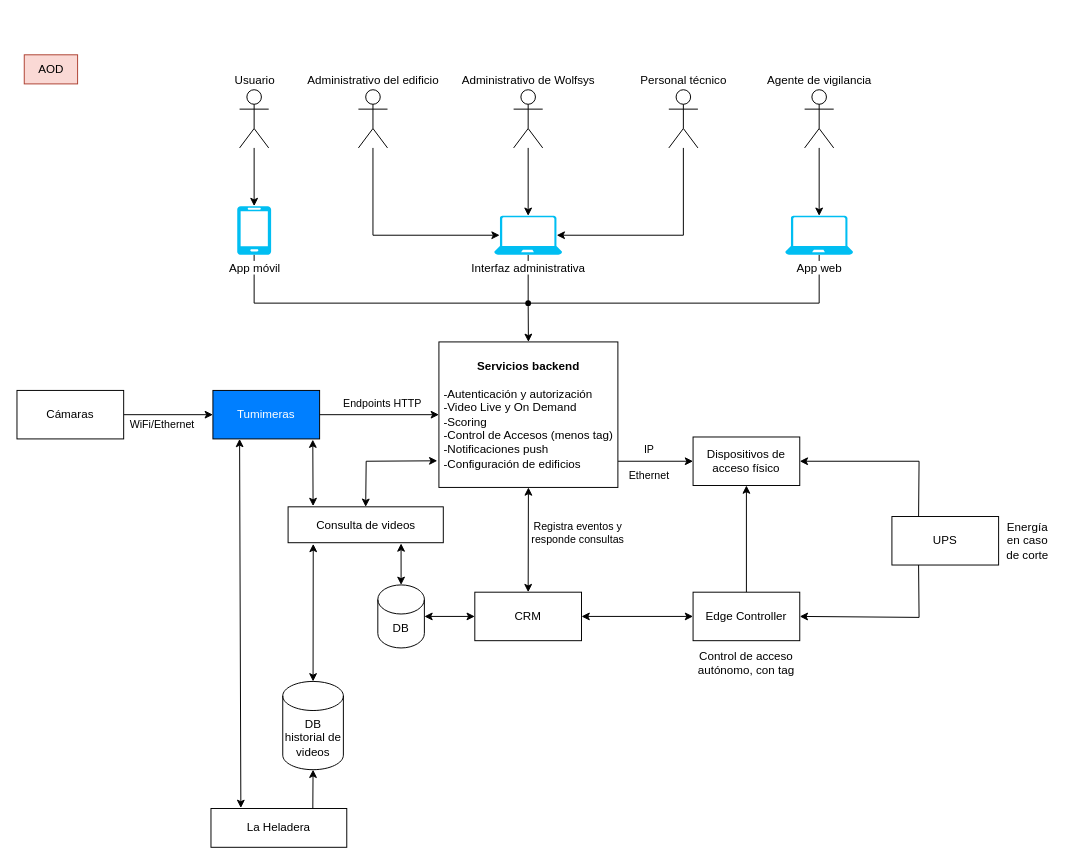
This is Documentación de la arquitectura/Diagramas/Editables-drawio/AOD1.drawio from LIMoreno04/Caso-de-estudio---WolfSys---Arquitectura, a draw.io file, before an edit. Source tidied: cells renumbered, new cells numbered last; positions are measured from the earlier drawing's top-left corner, leaving out a move shared by most shapes. Both pictures are drawn from the tidied source at 97%, with x=0, y=0 at pixel (16, 54).
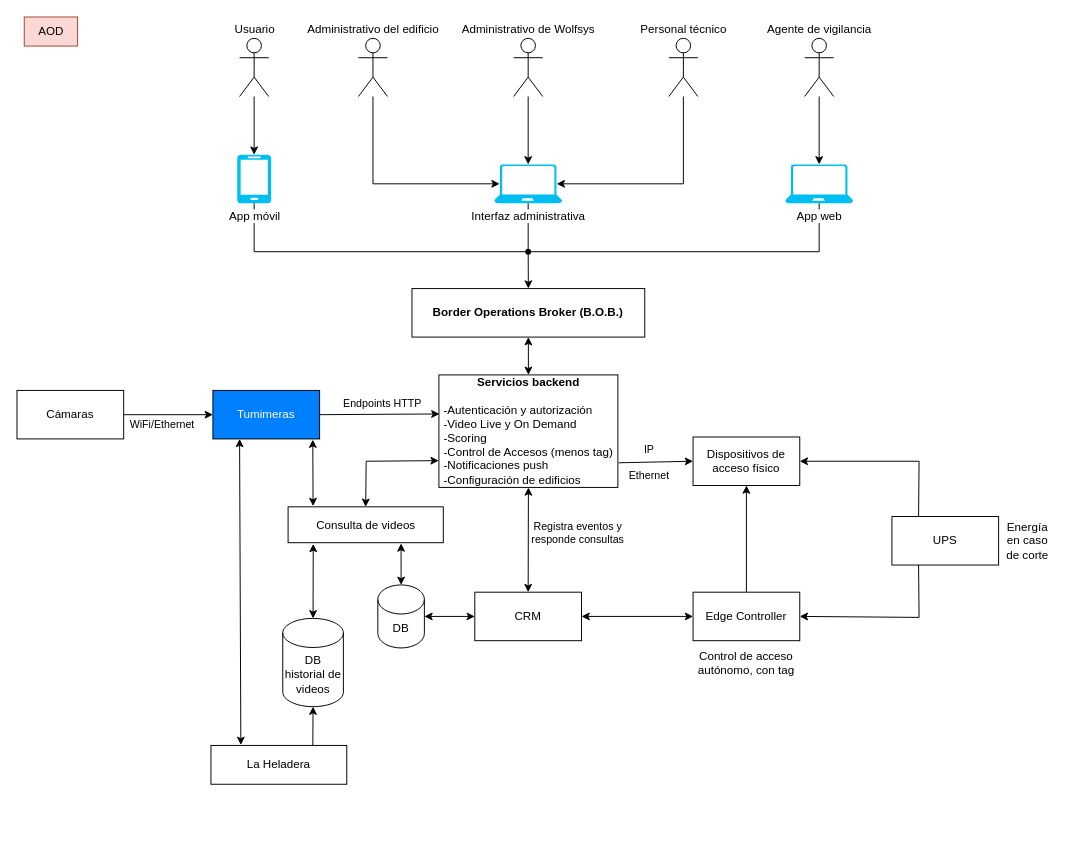
The same diagram, later.

The change refers to these unchanged cells:
```xml
<mxCell id="23" value="Tumimeras" style="html=1;whiteSpace=wrap;labelBackgroundColor=none;fontColor=light-dark(#ffffff, #ededed);fillColor=#007FFF;" parent="1" vertex="1">
  <mxGeometry x="202" y="346" width="110" height="50" as="geometry" />
</mxCell>
<mxCell id="26" value="Dispositivos de acceso físico" style="html=1;whiteSpace=wrap;" parent="1" vertex="1">
  <mxGeometry x="697" y="394" width="110" height="50" as="geometry" />
</mxCell>
<mxCell id="38" value="Consulta de videos" style="html=1;whiteSpace=wrap;" parent="1" vertex="1">
  <mxGeometry x="279.5" y="466" width="160" height="37" as="geometry" />
</mxCell>
```

Change to the diagram source:
```diff
@@
     <mxCell id="2" value="Usuario" style="shape=umlActor;verticalLabelPosition=top;verticalAlign=bottom;html=1;align=center;labelPosition=center;" parent="1" vertex="1">
-      <mxGeometry x="229.5" y="36" width="30" height="60" as="geometry" />
+      <mxGeometry x="229.5" y="-17" width="30" height="60" as="geometry" />
     </mxCell>
     <mxCell id="3" value="Administrativo del edificio" style="shape=umlActor;verticalLabelPosition=top;verticalAlign=bottom;html=1;labelPosition=center;align=center;" parent="1" vertex="1">
-      <mxGeometry x="352" y="36" width="30" height="60" as="geometry" />
+      <mxGeometry x="352" y="-17" width="30" height="60" as="geometry" />
     </mxCell>
@@
     <mxCell id="5" value="Agente de vigilancia" style="shape=umlActor;verticalLabelPosition=top;verticalAlign=bottom;html=1;labelPosition=center;align=center;" parent="1" vertex="1">
-      <mxGeometry x="812" y="36" width="30" height="60" as="geometry" />
+      <mxGeometry x="812" y="-17" width="30" height="60" as="geometry" />
     </mxCell>
     <mxCell id="6" value="Personal técnico" style="shape=umlActor;verticalLabelPosition=top;verticalAlign=bottom;html=1;labelPosition=center;align=center;" parent="1" vertex="1">
-      <mxGeometry x="672" y="36" width="30" height="60" as="geometry" />
+      <mxGeometry x="672" y="-17" width="30" height="60" as="geometry" />
     </mxCell>
     <mxCell id="7" value="Administrativo de Wolfsys" style="shape=umlActor;verticalLabelPosition=top;verticalAlign=bottom;html=1;labelPosition=center;align=center;" parent="1" vertex="1">
-      <mxGeometry x="512" y="36" width="30" height="60" as="geometry" />
+      <mxGeometry x="512" y="-17" width="30" height="60" as="geometry" />
     </mxCell>
     <mxCell id="8" style="edgeStyle=orthogonalEdgeStyle;rounded=0;jettySize=auto;html=1;entryX=0.397;entryY=0.553;entryDx=0;entryDy=0;entryPerimeter=0;endArrow=none;startFill=0;" parent="1" edge="1" source="9" target="45">
       <mxGeometry relative="1" as="geometry">
         <Array as="points">
-          <mxPoint x="245" y="256" />
+          <mxPoint x="245" y="203" />
         </Array>
       </mxGeometry>
     </mxCell>
     <mxCell id="9" value="App móvil" style="verticalLabelPosition=bottom;html=1;verticalAlign=top;align=center;strokeColor=none;fillColor=#00BEF2;shape=mxgraph.azure.mobile;labelBackgroundColor=default;" parent="1" vertex="1">
-      <mxGeometry x="227" y="156" width="35" height="50" as="geometry" />
+      <mxGeometry x="227" y="103" width="35" height="50" as="geometry" />
     </mxCell>
@@
     <mxCell id="11" value="Interfaz administrativa" style="verticalLabelPosition=bottom;html=1;verticalAlign=top;align=center;strokeColor=none;fillColor=#00BEF2;shape=mxgraph.azure.laptop;labelBackgroundColor=default;" parent="1" vertex="1">
-      <mxGeometry x="492" y="166" width="70" height="40" as="geometry" />
+      <mxGeometry x="492" y="113" width="70" height="40" as="geometry" />
     </mxCell>
     <mxCell id="12" style="edgeStyle=orthogonalEdgeStyle;rounded=0;jettySize=auto;html=1;entryX=0.61;entryY=0.567;entryDx=0;entryDy=0;entryPerimeter=0;endArrow=none;startFill=0;" parent="1" edge="1" source="13" target="45">
       <mxGeometry relative="1" as="geometry">
         <Array as="points">
-          <mxPoint x="827" y="256" />
+          <mxPoint x="827" y="203" />
         </Array>
       </mxGeometry>
     </mxCell>
     <mxCell id="13" value="App web" style="verticalLabelPosition=bottom;html=1;verticalAlign=top;align=center;strokeColor=none;fillColor=#00BEF2;shape=mxgraph.azure.laptop;labelBackgroundColor=default;" parent="1" vertex="1">
-      <mxGeometry x="792" y="166" width="70" height="40" as="geometry" />
+      <mxGeometry x="792" y="113" width="70" height="40" as="geometry" />
     </mxCell>
@@
     <mxCell id="16" style="rounded=0;jettySize=auto;html=1;entryX=0.92;entryY=0.5;entryDx=0;entryDy=0;entryPerimeter=0;" parent="1" edge="1" source="6" target="11">
       <mxGeometry relative="1" as="geometry">
         <Array as="points">
-          <mxPoint x="687" y="186" />
+          <mxPoint x="687" y="133" />
         </Array>
       </mxGeometry>
     </mxCell>
     <mxCell id="17" style="rounded=0;jettySize=auto;html=1;entryX=0.08;entryY=0.5;entryDx=0;entryDy=0;entryPerimeter=0;" parent="1" edge="1" source="3" target="11">
       <mxGeometry relative="1" as="geometry">
         <Array as="points">
-          <mxPoint x="367" y="186" />
+          <mxPoint x="367" y="133" />
         </Array>
       </mxGeometry>
     </mxCell>
@@
     <mxCell id="19" value="&lt;b&gt;Servicios backend&lt;/b&gt;&lt;div&gt;&lt;b&gt;&lt;br&gt;&lt;/b&gt;&lt;div style=&quot;text-align: left;&quot;&gt;-Autenticación y autorización&lt;/div&gt;&lt;div style=&quot;text-align: left;&quot;&gt;-&lt;span style=&quot;background-color: transparent; color: light-dark(rgb(0, 0, 0), rgb(255, 255, 255));&quot;&gt;Video Live y On Demand&lt;/span&gt;&lt;span style=&quot;background-color: transparent; color: light-dark(rgb(0, 0, 0), rgb(255, 255, 255));&quot;&gt;&amp;nbsp;&lt;/span&gt;&lt;/div&gt;&lt;div style=&quot;text-align: left;&quot;&gt;&lt;span style=&quot;background-color: transparent; color: light-dark(rgb(0, 0, 0), rgb(255, 255, 255));&quot;&gt;-Scoring&lt;/span&gt;&lt;/div&gt;&lt;div style=&quot;text-align: left;&quot;&gt;&lt;span style=&quot;background-color: transparent; color: light-dark(rgb(0, 0, 0), rgb(255, 255, 255));&quot;&gt;-Control de Accesos (menos tag)&lt;/span&gt;&lt;/div&gt;&lt;div style=&quot;text-align: left;&quot;&gt;&lt;span style=&quot;background-color: transparent; color: light-dark(rgb(0, 0, 0), rgb(255, 255, 255));&quot;&gt;-Notificaciones&lt;/span&gt;&lt;span style=&quot;background-color: transparent; color: light-dark(rgb(0, 0, 0), rgb(255, 255, 255));&quot;&gt;&amp;nbsp;push&lt;/span&gt;&lt;/div&gt;&lt;div style=&quot;text-align: left;&quot;&gt;&lt;span style=&quot;background-color: transparent; color: light-dark(rgb(0, 0, 0), rgb(255, 255, 255));&quot;&gt;-Configuración&lt;/span&gt;&lt;span style=&quot;background-color: transparent; color: light-dark(rgb(0, 0, 0), rgb(255, 255, 255));&quot; class=&quot;Apple-converted-space&quot;&gt;&amp;nbsp;de edificios&lt;/span&gt;&lt;/div&gt;&lt;/div&gt;" style="html=1;whiteSpace=wrap;" parent="1" vertex="1">
-      <mxGeometry x="435" y="296" width="184.5" height="150" as="geometry" />
+      <mxGeometry x="435" y="330" width="184.5" height="116" as="geometry" />
     </mxCell>
@@
-    <mxCell id="22" style="rounded=0;jettySize=auto;html=1;exitX=1;exitY=0.5;exitDx=0;exitDy=0;entryX=0;entryY=0.5;entryDx=0;entryDy=0;" parent="1" edge="1" source="23" target="19">
+    <mxCell id="22" style="rounded=0;jettySize=auto;html=1;exitX=1;exitY=0.5;exitDx=0;exitDy=0;entryX=0.003;entryY=0.347;entryDx=0;entryDy=0;entryPerimeter=0;" parent="1" edge="1" source="23" target="19">
       <mxGeometry relative="1" as="geometry" />
     </mxCell>
@@
     <mxCell id="34" value="AOD" style="rounded=0;whiteSpace=wrap;html=1;fillColor=#fad9d5;strokeColor=#ae4132;" parent="1" vertex="1">
-      <mxGeometry x="7.5" width="55" height="30" as="geometry" />
+      <mxGeometry x="7.5" y="-39" width="55" height="30" as="geometry" />
     </mxCell>
-    <mxCell id="35" style="endArrow=classic;html=1;rounded=0;exitX=1.001;exitY=0.82;exitDx=0;exitDy=0;exitPerimeter=0;entryX=0;entryY=0.5;entryDx=0;entryDy=0;" parent="1" edge="1" source="19" target="26">
+    <mxCell id="35" style="endArrow=classic;html=1;rounded=0;exitX=1.005;exitY=0.781;exitDx=0;exitDy=0;exitPerimeter=0;entryX=0;entryY=0.5;entryDx=0;entryDy=0;" parent="1" edge="1" source="19" target="26">
       <mxGeometry relative="1" as="geometry" />
     </mxCell>
@@
-    <mxCell id="37" style="endArrow=classic;html=1;rounded=0;entryX=-0.009;entryY=0.817;entryDx=0;entryDy=0;entryPerimeter=0;exitX=0.5;exitY=0;exitDx=0;exitDy=0;startArrow=classic;startFill=1;" parent="1" edge="1" source="38" target="19">
+    <mxCell id="37" style="endArrow=classic;html=1;rounded=0;entryX=-0.001;entryY=0.762;entryDx=0;entryDy=0;exitX=0.5;exitY=0;exitDx=0;exitDy=0;startArrow=classic;startFill=1;entryPerimeter=0;" parent="1" edge="1" source="38" target="19">
       <mxGeometry relative="1" as="geometry">
         <Array as="points">
           <mxPoint x="360" y="419" />
         </Array>
       </mxGeometry>
     </mxCell>
@@
     <mxCell id="40" value="DB historial de videos" style="shape=cylinder3;whiteSpace=wrap;html=1;boundedLbl=1;backgroundOutline=1;size=15;" parent="1" vertex="1">
-      <mxGeometry x="274" y="646" width="62.5" height="91" as="geometry" />
+      <mxGeometry x="274" y="581" width="62.5" height="91" as="geometry" />
     </mxCell>
@@
     <mxCell id="42" value="La Heladera" style="html=1;whiteSpace=wrap;" parent="1" vertex="1">
-      <mxGeometry x="200" y="777" width="140" height="40" as="geometry" />
+      <mxGeometry x="200" y="712" width="140" height="40" as="geometry" />
     </mxCell>
@@
-    <mxCell id="44" style="rounded=0;jettySize=auto;html=1;entryX=0.5;entryY=0;entryDx=0;entryDy=0;" parent="1" edge="1" source="45" target="19">
+    <mxCell id="44" style="rounded=0;jettySize=auto;html=1;entryX=0.5;entryY=0;entryDx=0;entryDy=0;" parent="1" edge="1" source="45" target="54">
       <mxGeometry relative="1" as="geometry" />
     </mxCell>
     <mxCell id="45" style="shape=waypoint;sketch=0;fillStyle=solid;size=6;points=[];fillColor=none;perimeter=centerPerimeter;snapToPoint=1;" parent="1" vertex="1">
-      <mxGeometry x="517" y="246" width="20" height="20" as="geometry" />
+      <mxGeometry x="517" y="193" width="20" height="20" as="geometry" />
     </mxCell>
@@
+    <mxCell id="54" value="&lt;b&gt;Border Operations Broker (B.O.B.)&lt;/b&gt;" style="html=1;whiteSpace=wrap;" parent="1" vertex="1">
+      <mxGeometry x="407.2" y="241" width="240" height="50" as="geometry" />
+    </mxCell>
+    <mxCell id="55" style="endArrow=classic;startArrow=classic;html=1;rounded=0;exitX=0.5;exitY=0;exitDx=0;exitDy=0;entryX=0.5;entryY=1;entryDx=0;entryDy=0;" parent="1" edge="1" source="19" target="54">
+      <mxGeometry relative="1" as="geometry" />
+    </mxCell>
```
